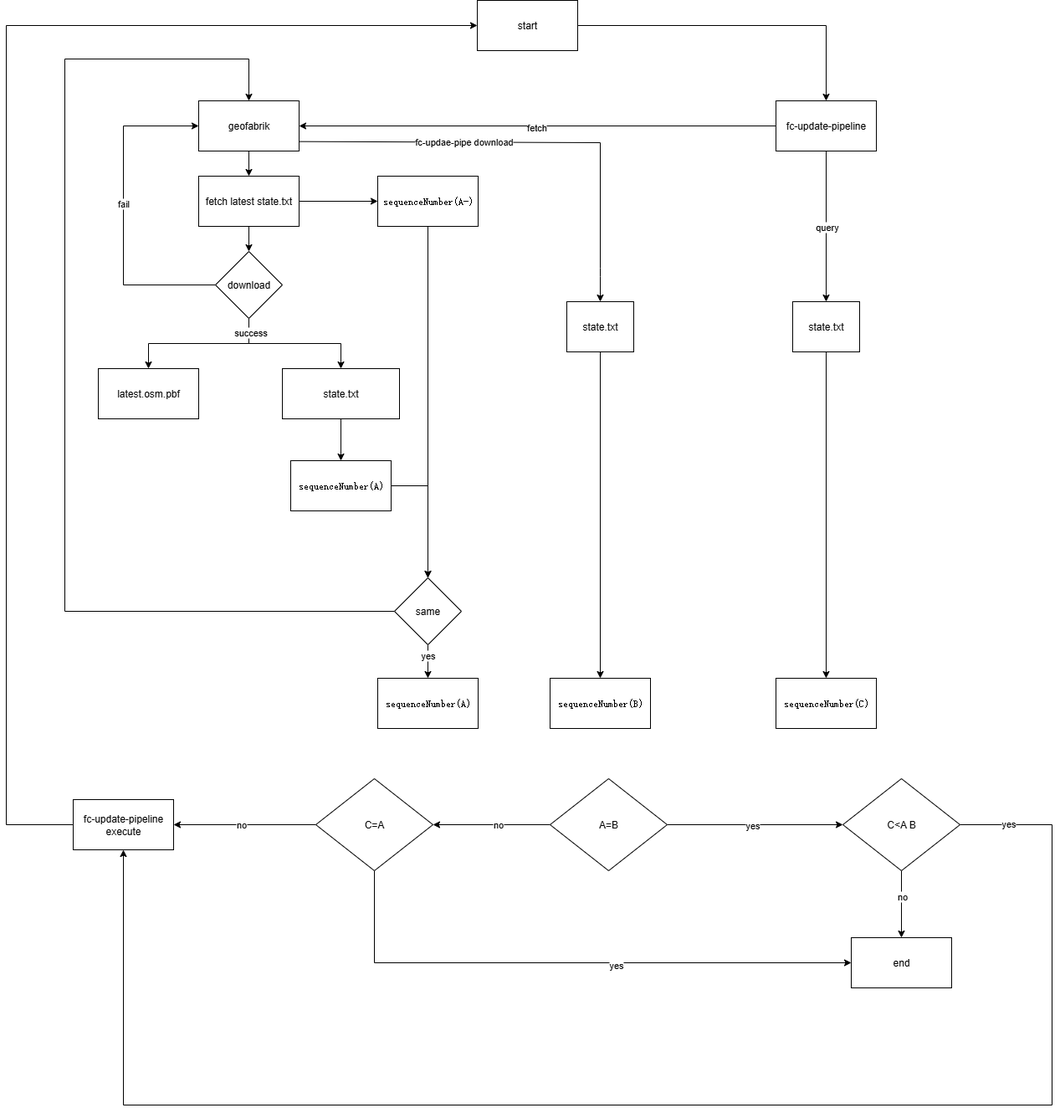
Before: fc update.drawio.png, a diagram exported from draw.io (472542625/drawio). Source tidied: cells renumbered, new cells last; positions are measured from the earlier drawing's top-left corner, leaving out a move shared by most shapes.
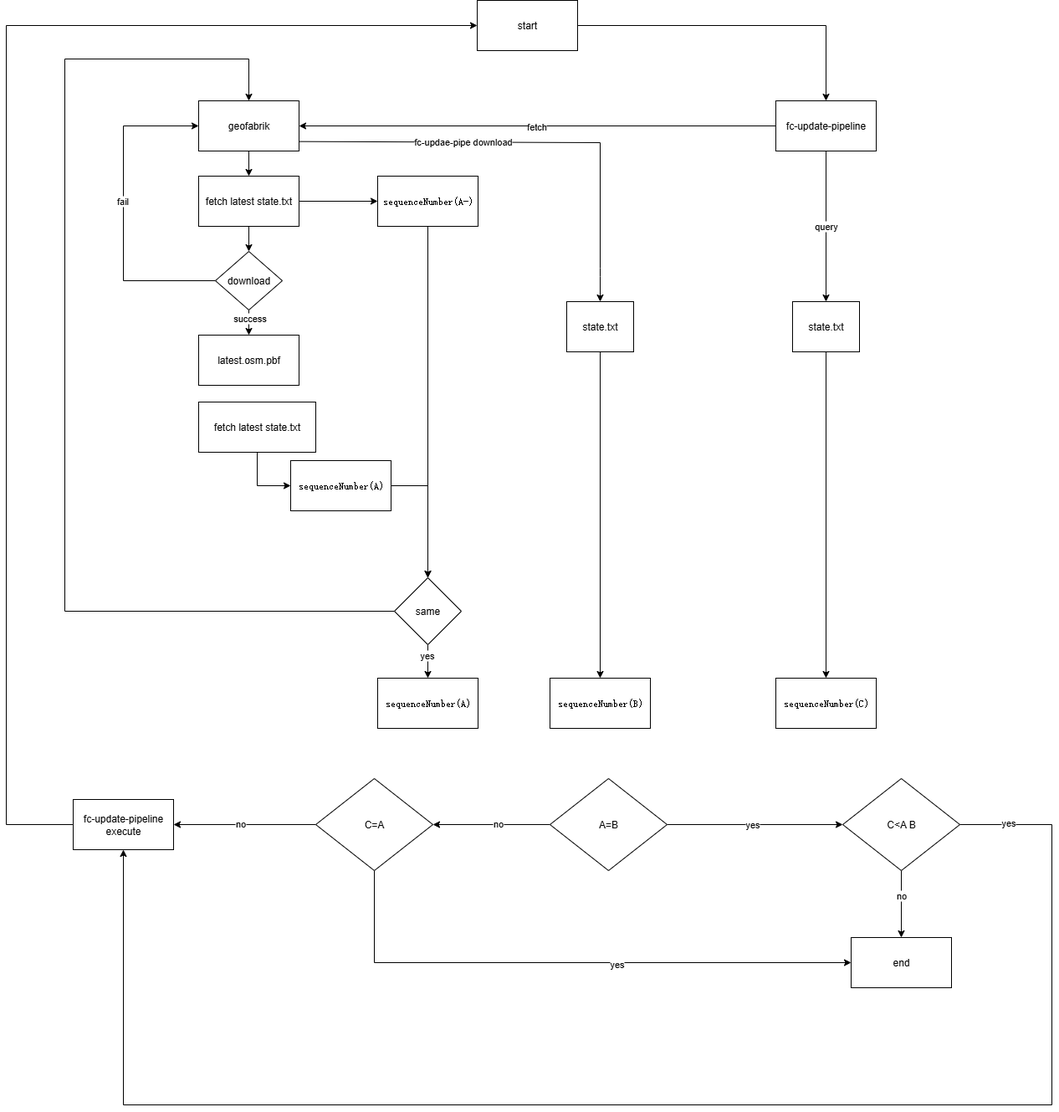
Above is the later version.

The edit, as a diff of the source:
```diff
@@ -9,13 +9,13 @@
       <mxGeometry x="230" y="120" width="120" height="60" as="geometry" />
     </mxCell>
     <mxCell id="4" value="latest.osm.pbf" style="rounded=0;whiteSpace=wrap;html=1;" parent="1" vertex="1">
-      <mxGeometry x="110" y="440" width="120" height="60" as="geometry" />
+      <mxGeometry x="230" y="400" width="120" height="60" as="geometry" />
     </mxCell>
-    <mxCell id="5" style="edgeStyle=orthogonalEdgeStyle;rounded=0;jettySize=auto;html=1;" parent="1" edge="1" source="6" target="24">
+    <mxCell id="5" style="edgeStyle=orthogonalEdgeStyle;rounded=0;jettySize=auto;html=1;entryX=0;entryY=0.5;entryDx=0;entryDy=0;" parent="1" edge="1" source="6" target="24">
       <mxGeometry relative="1" as="geometry" />
     </mxCell>
-    <mxCell id="6" value="state.txt" style="rounded=0;whiteSpace=wrap;html=1;" parent="1" vertex="1">
-      <mxGeometry x="330" y="440" width="140" height="60" as="geometry" />
+    <mxCell id="6" value="fetch latest state.txt" style="rounded=0;whiteSpace=wrap;html=1;" parent="1" vertex="1">
+      <mxGeometry x="230" y="480" width="140" height="60" as="geometry" />
     </mxCell>
     <mxCell id="7" style="edgeStyle=orthogonalEdgeStyle;rounded=0;jettySize=auto;html=1;entryX=1;entryY=0.5;entryDx=0;entryDy=0;" parent="1" edge="1" source="11" target="3">
       <mxGeometry relative="1" as="geometry" />
@@ -56,7 +56,7 @@
     <mxCell id="17" style="edgeStyle=orthogonalEdgeStyle;rounded=0;jettySize=auto;html=1;entryX=0;entryY=0.5;entryDx=0;entryDy=0;" parent="1" edge="1" source="22" target="3">
       <mxGeometry relative="1" as="geometry">
         <Array as="points">
-          <mxPoint x="140" y="340" />
+          <mxPoint x="140" y="335" />
           <mxPoint x="140" y="150" />
         </Array>
       </mxGeometry>
@@ -65,21 +65,15 @@
       <mxGeometry x="0.06" y="1" relative="1" as="geometry" />
     </mxCell>
     <mxCell id="19" style="edgeStyle=orthogonalEdgeStyle;rounded=0;jettySize=auto;html=1;entryX=0.5;entryY=0;entryDx=0;entryDy=0;" parent="1" edge="1" source="22" target="4">
-      <mxGeometry relative="1" as="geometry">
-        <Array as="points">
-          <mxPoint x="290" y="410" />
-          <mxPoint x="170" y="410" />
-        </Array>
-      </mxGeometry>
+      <mxGeometry relative="1" as="geometry" />
     </mxCell>
-    <mxCell id="20" style="edgeStyle=orthogonalEdgeStyle;rounded=0;jettySize=auto;html=1;" parent="1" edge="1" source="22" target="6">
-      <mxGeometry relative="1" as="geometry" />
-    </mxCell>
-    <mxCell id="21" value="success" style="edgeLabel;html=1;align=center;verticalAlign=middle;" parent="20" vertex="1">
-      <mxGeometry x="-0.81" y="1" relative="1" as="geometry" />
+    <mxCell id="21" value="success" style="edgeLabel;html=1;align=center;verticalAlign=middle;" parent="19" vertex="1">
+      <mxGeometry x="-0.69" y="2" relative="1" as="geometry">
+        <mxPoint x="-1" y="2" as="offset" />
+      </mxGeometry>
     </mxCell>
     <mxCell id="22" value="download" style="rhombus;whiteSpace=wrap;html=1;direction=south;" parent="1" vertex="1">
-      <mxGeometry x="250" y="300" width="80" height="80" as="geometry" />
+      <mxGeometry x="250" y="300" width="80" height="70" as="geometry" />
     </mxCell>
     <mxCell id="23" style="edgeStyle=orthogonalEdgeStyle;rounded=0;jettySize=auto;html=1;entryX=0;entryY=0.5;entryDx=0;entryDy=0;" parent="1" edge="1" source="24" target="56">
       <mxGeometry relative="1" as="geometry" />
```
